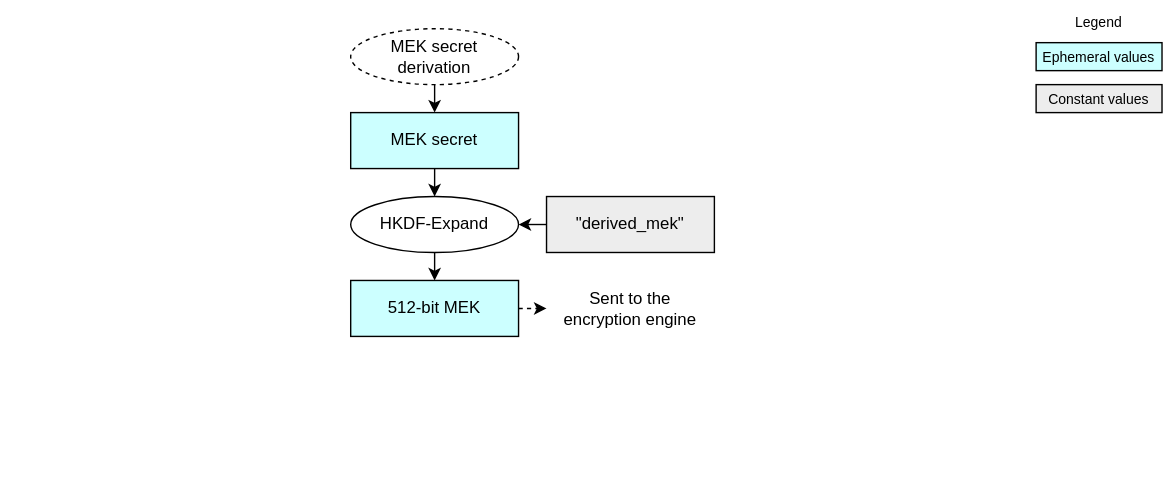
Earlier version of the draw.io export doc/ocp_lock/diagrams/mek_derive.drawio.svg (chipsalliance/Caliptra). Source tidied: cells renumbered, new cells last; positions are measured from the earlier drawing's top-left corner, leaving out a move shared by most shapes.
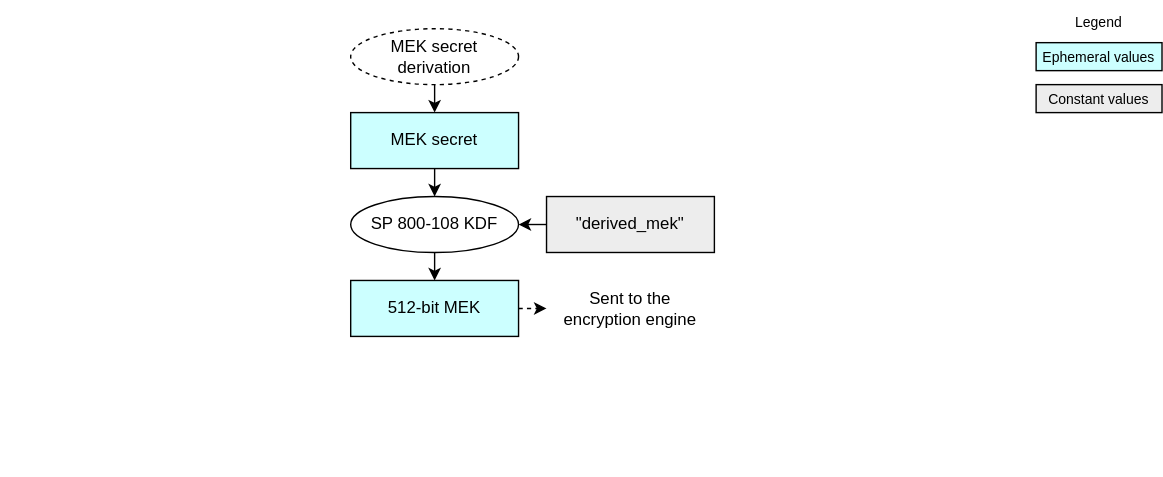
The same diagram one commit later.

The edit, as a diff of the source:
```diff
@@ -17,7 +17,7 @@
     <mxCell id="6" style="edgeStyle=orthogonalEdgeStyle;endArrow=classic;html=1;rounded=0;endSize=6;startSize=6;exitX=0.5;exitY=1;exitDx=0;exitDy=0;entryX=0.5;entryY=0;entryDx=0;entryDy=0;" parent="1" edge="1" source="10" target="7">
       <mxGeometry relative="1" as="geometry" />
     </mxCell>
-    <mxCell id="7" value="HKDF-Expand" style="ellipse;whiteSpace=wrap;html=1;fillColor=#FFFFFF;" parent="1" vertex="1">
+    <mxCell id="7" value="SP 800-108 KDF" style="ellipse;whiteSpace=wrap;html=1;fillColor=#FFFFFF;" parent="1" vertex="1">
       <mxGeometry x="250" y="140" width="120" height="40" as="geometry" />
     </mxCell>
     <mxCell id="8" style="edgeStyle=none;html=1;exitX=0;exitY=0.5;exitDx=0;exitDy=0;entryX=1;entryY=0.5;entryDx=0;entryDy=0;" parent="1" edge="1" source="9" target="7">
```
